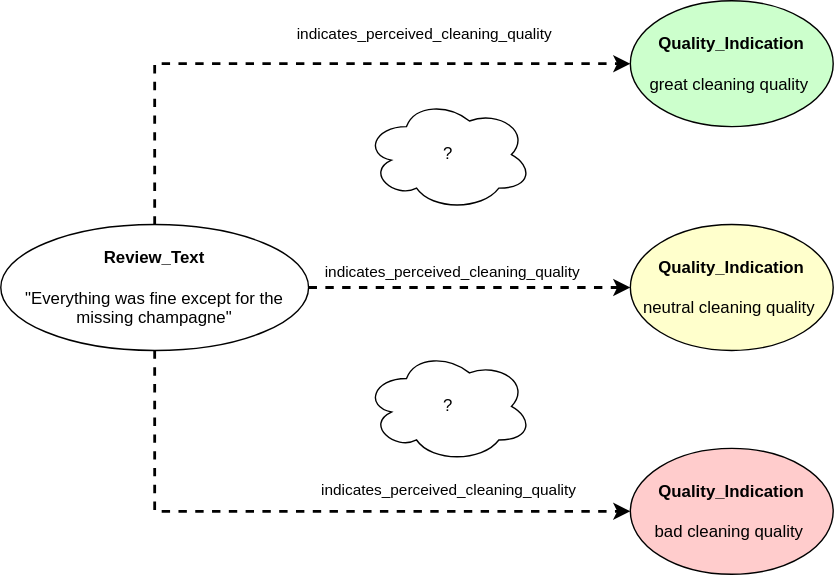
Above: drawings/TransE_Goal.svg in dominik-pichler/Review_me_if_you_can (draw.io), before the change. Source tidied: cells renumbered, new cells last; positions are measured from the earlier drawing's top-left corner, leaving out a move shared by most shapes.
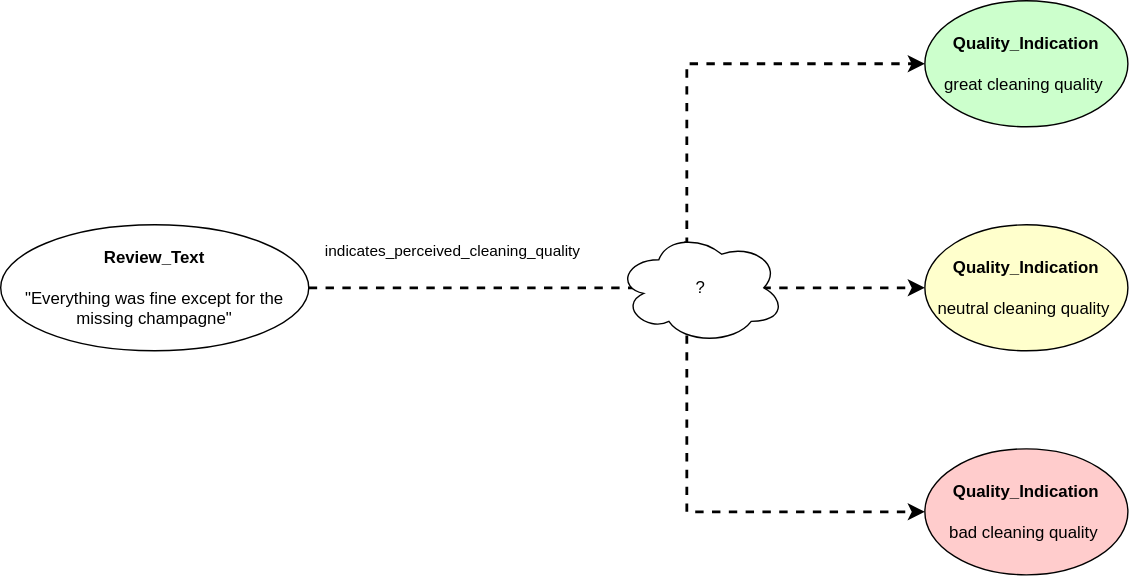
Later version of the same file.

The edit, as a diff of the source:
```diff
@@ -2,22 +2,11 @@
   <root>
     <mxCell id="0" />
     <mxCell id="1" parent="0" />
-    <mxCell id="2" style="edgeStyle=orthogonalEdgeStyle;rounded=0;jettySize=auto;html=1;exitX=0.5;exitY=1;exitDx=0;exitDy=0;entryX=0;entryY=0.5;entryDx=0;entryDy=0;strokeWidth=2;dashed=1;" parent="1" edge="1" source="6" target="7">
-      <mxGeometry relative="1" as="geometry" />
-    </mxCell>
-    <mxCell id="3" value="indicates_perceived_cleaning_quality" style="edgeLabel;html=1;align=center;verticalAlign=middle;" parent="2" vertex="1">
-      <mxGeometry x="-0.43" y="1" relative="1" as="geometry">
-        <mxPoint x="195" y="-14" as="offset" />
-      </mxGeometry>
-    </mxCell>
     <mxCell id="4" style="edgeStyle=orthogonalEdgeStyle;rounded=0;jettySize=auto;html=1;exitX=1;exitY=0.5;exitDx=0;exitDy=0;strokeWidth=2;dashed=1;" parent="1" edge="1" source="6" target="8">
       <mxGeometry relative="1" as="geometry" />
     </mxCell>
-    <mxCell id="5" style="edgeStyle=orthogonalEdgeStyle;rounded=0;jettySize=auto;html=1;exitX=0.5;exitY=0;exitDx=0;exitDy=0;entryX=0;entryY=0.5;entryDx=0;entryDy=0;dashed=1;strokeWidth=2;" parent="1" edge="1" source="6" target="9">
-      <mxGeometry relative="1" as="geometry" />
-    </mxCell>
     <mxCell id="6" value="&lt;b&gt;Review_Text&lt;/b&gt;&lt;div&gt;&lt;br&gt;&lt;/div&gt;&lt;div&gt;&quot;Everything was fine except for the missing champagne&quot;&lt;/div&gt;" style="ellipse;whiteSpace=wrap;html=1;" parent="1" vertex="1">
-      <mxGeometry y="160" width="220" height="90" as="geometry" />
+      <mxGeometry x="-210" y="160" width="220" height="90" as="geometry" />
     </mxCell>
     <mxCell id="7" value="&lt;b&gt;Quality_Indication&lt;/b&gt;&lt;div&gt;&lt;br&gt;&lt;/div&gt;&lt;div&gt;bad cleaning quality&amp;nbsp;&lt;/div&gt;" style="ellipse;whiteSpace=wrap;html=1;strokeColor=#000000;fillColor=#FFCCCC;" parent="1" vertex="1">
       <mxGeometry x="450" y="320" width="145" height="90" as="geometry" />
@@ -29,16 +18,27 @@
       <mxGeometry x="450" width="145" height="90" as="geometry" />
     </mxCell>
     <mxCell id="10" value="&lt;span style=&quot;color: rgb(0, 0, 0); font-family: Helvetica; font-size: 11px; font-style: normal; font-variant-ligatures: normal; font-variant-caps: normal; font-weight: 400; letter-spacing: normal; orphans: 2; text-align: center; text-indent: 0px; text-transform: none; widows: 2; word-spacing: 0px; -webkit-text-stroke-width: 0px; white-space: nowrap; background-color: rgb(255, 255, 255); text-decoration-thickness: initial; text-decoration-style: initial; text-decoration-color: initial; display: inline !important; float: none;&quot;&gt;indicates_perceived_cleaning_quality&lt;/span&gt;" style="text;whiteSpace=wrap;html=1;" parent="1" vertex="1">
-      <mxGeometry x="230" y="180" width="220" height="40" as="geometry" />
+      <mxGeometry x="20" y="165" width="220" height="40" as="geometry" />
     </mxCell>
-    <mxCell id="11" value="&lt;span style=&quot;color: rgb(0, 0, 0); font-family: Helvetica; font-size: 11px; font-style: normal; font-variant-ligatures: normal; font-variant-caps: normal; font-weight: 400; letter-spacing: normal; orphans: 2; text-align: center; text-indent: 0px; text-transform: none; widows: 2; word-spacing: 0px; -webkit-text-stroke-width: 0px; white-space: nowrap; background-color: rgb(255, 255, 255); text-decoration-thickness: initial; text-decoration-style: initial; text-decoration-color: initial; display: inline !important; float: none;&quot;&gt;indicates_perceived_cleaning_quality&lt;/span&gt;" style="text;whiteSpace=wrap;html=1;" parent="1" vertex="1">
-      <mxGeometry x="210" y="10" width="220" height="40" as="geometry" />
-    </mxCell>
+    <mxCell id="14" style="edgeStyle=orthogonalEdgeStyle;rounded=0;jettySize=auto;html=1;exitX=0.4;exitY=0.1;exitDx=0;exitDy=0;exitPerimeter=0;entryX=0;entryY=0.5;entryDx=0;entryDy=0;dashed=1;strokeWidth=2;" parent="1" edge="1" source="12" target="9">
+      <mxGeometry relative="1" as="geometry">
+        <Array as="points">
+          <mxPoint x="280" y="173" />
+          <mxPoint x="280" y="45" />
+        </Array>
+      </mxGeometry>
+    </mxCell>
+    <mxCell id="15" style="edgeStyle=orthogonalEdgeStyle;rounded=0;jettySize=auto;html=1;exitX=0.55;exitY=0.95;exitDx=0;exitDy=0;exitPerimeter=0;entryX=0;entryY=0.5;entryDx=0;entryDy=0;strokeWidth=2;dashed=1;" parent="1" edge="1" source="12" target="7">
+      <mxGeometry relative="1" as="geometry">
+        <Array as="points">
+          <mxPoint x="296" y="230" />
+          <mxPoint x="280" y="230" />
+          <mxPoint x="280" y="365" />
+        </Array>
+      </mxGeometry>
+    </mxCell>
     <mxCell id="12" value="?" style="ellipse;shape=cloud;whiteSpace=wrap;html=1;" parent="1" vertex="1">
-      <mxGeometry x="260" y="70" width="120" height="80" as="geometry" />
+      <mxGeometry x="230" y="165" width="120" height="80" as="geometry" />
     </mxCell>
-    <mxCell id="13" value="?" style="ellipse;shape=cloud;whiteSpace=wrap;html=1;" parent="1" vertex="1">
-      <mxGeometry x="260" y="250" width="120" height="80" as="geometry" />
-    </mxCell>
   </root>
 </mxGraphModel>
```
